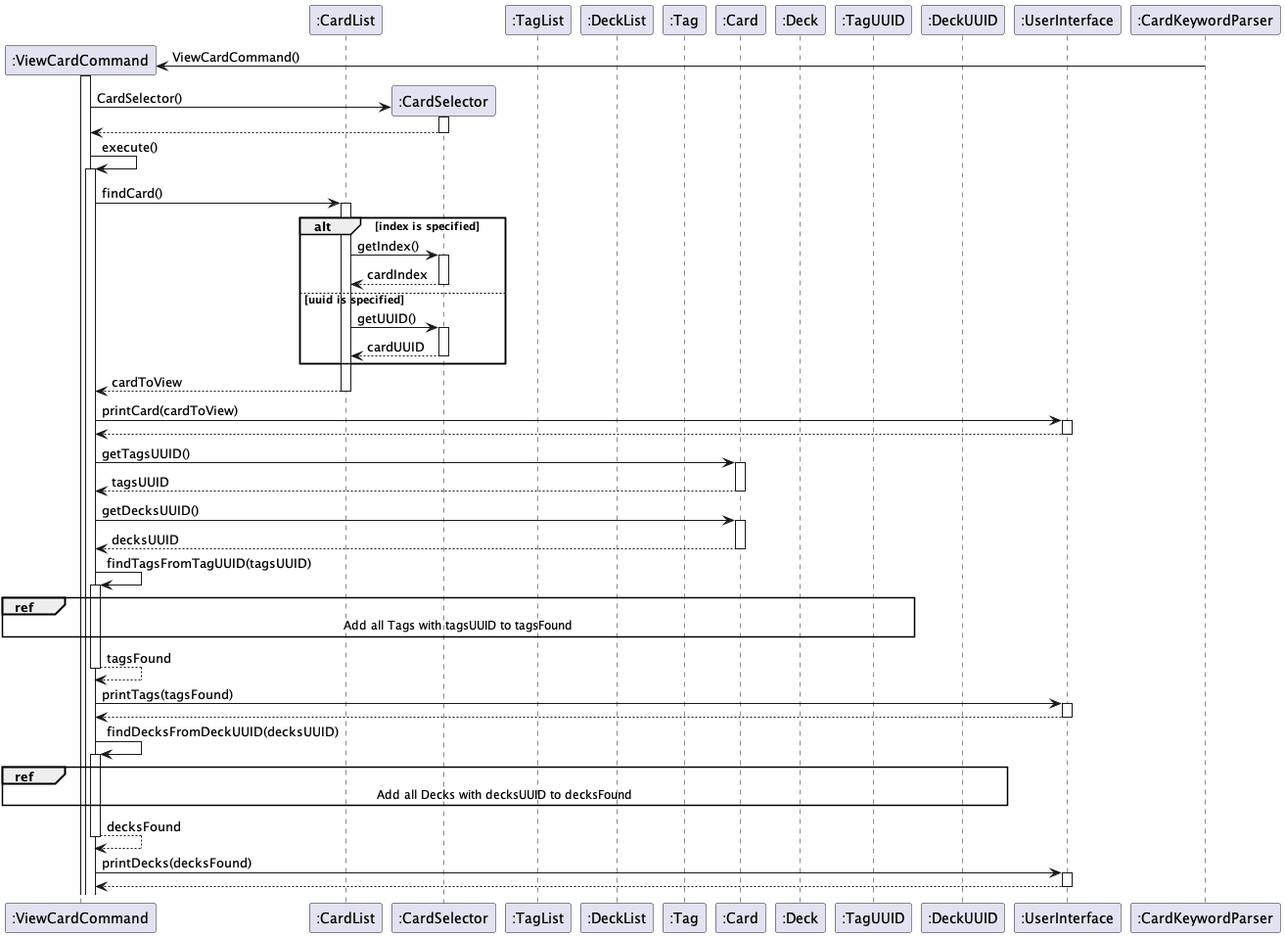
Above: docs/img/CardViewSequence.png in nus-cs2113-AY2223S2/tp (PlantUML), before the change.
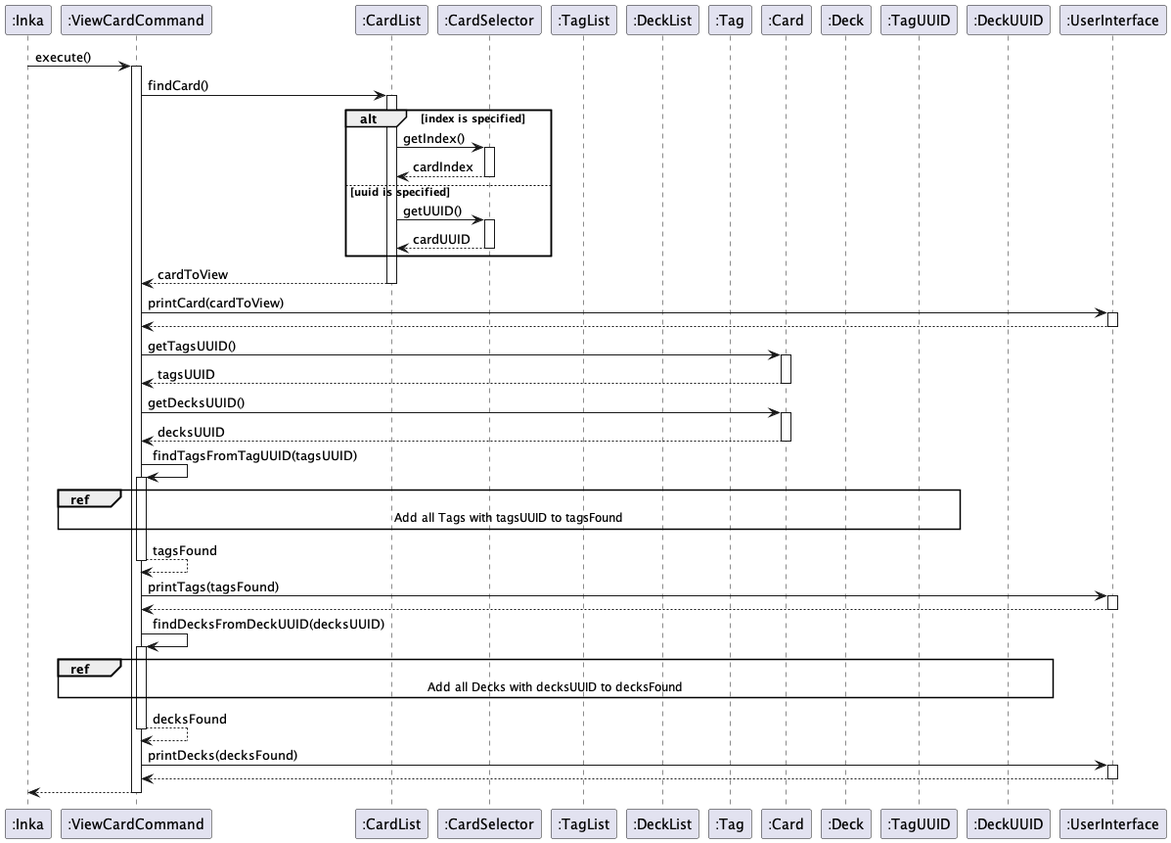
After the commit.

What changed in the source:
```diff
@@ -2,6 +2,7 @@
 
 autoactivate on
 
+participant ":Inka" as Inka
 participant ":ViewCardCommand" as ViewCardCommand
 participant ":CardList" as CardList
 participant ":CardSelector" as CardSelector
@@ -13,18 +14,9 @@
 participant ":TagUUID" as TagUUID
 participant ":DeckUUID" as DeckUUID
 participant ":UserInterface" as UserInterface
-participant ":CardKeywordParser" as CardKeywordParser
 
 
-Create ViewCardCommand
-CardKeywordParser -> ViewCardCommand : ViewCardCommand()
-activate ViewCardCommand
-
-Create CardSelector
-ViewCardCommand -> CardSelector : CardSelector()
-return
-
-ViewCardCommand -> ViewCardCommand : execute()
+Inka -> ViewCardCommand : execute()
 ViewCardCommand -> CardList : findCard()
 
 alt index is specified
@@ -68,4 +60,6 @@
 ViewCardCommand -> UserInterface : printDecks(decksFound)
 return
 
+return
+
 @enduml
```
